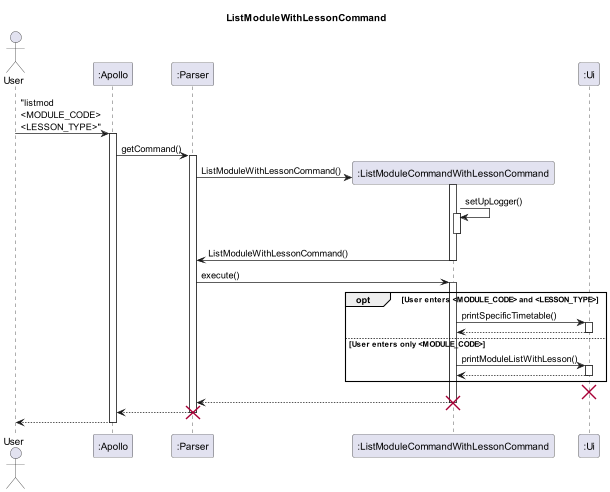
This is docs/uml-diagrams/ListModuleWithLessonCommand-ListModuleWithLessonCommand.png from nus-cs2113-AY2223S2/tp, a PlantUML export, as it was before one commit.
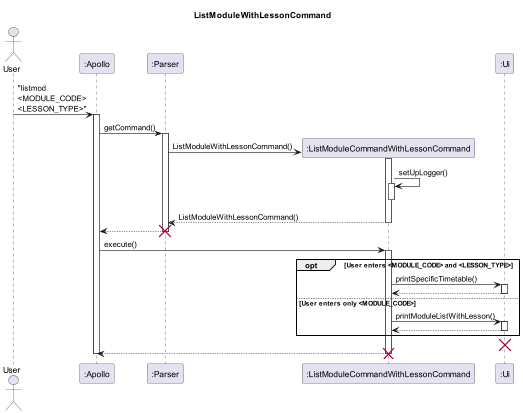
After the change.

The edit, as a diff of the source:
```diff
@@ -24,10 +24,14 @@
 activate ListMod
 deactivate ListMod
 
-ListMod -> Parser : ListModuleWithLessonCommand()
+ListMod --> Parser : ListModuleWithLessonCommand()
 deactivate ListMod
 
-Parser -> ListMod : execute()
+Parser --> Apollo
+deactivate Parser
+destroy Parser
+
+Apollo -> ListMod : execute()
 activate ListMod
 
 opt User enters <MODULE_CODE> and <LESSON_TYPE>
@@ -48,15 +52,12 @@
 
 destroy Ui
 
-ListMod --> Parser
+ListMod --> Apollo
+
 deactivate ListMod
 destroy ListMod
 
-Parser --> Apollo
-deactivate Parser
-destroy Parser
 
-Apollo --> User
 deactivate Apollo
 
 
```
